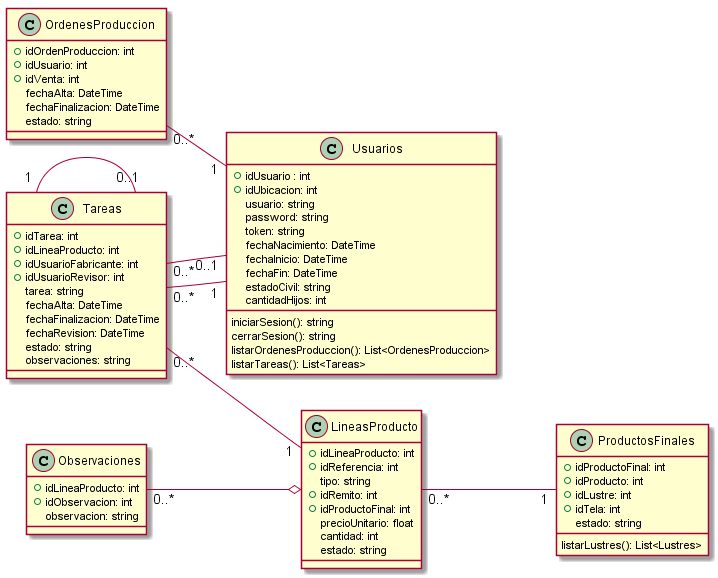
The PlantUML diagram Informe Final/Imagenes/DiagramaClases/Vistas/vistaProduccion.png in ZMGestion/DocumentacionZMGestion, before a commit.
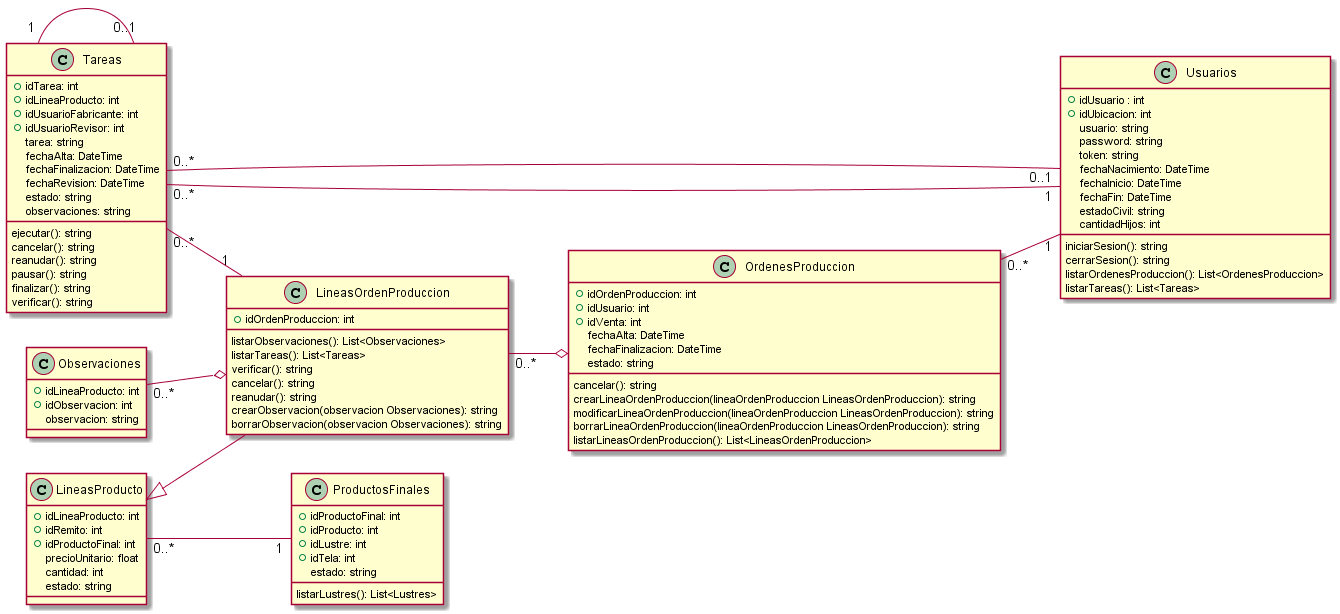
After the change.

The edit, as a diff of the source:
```diff
@@ -27,6 +27,13 @@
     fechaRevision: DateTime
     estado: string
     observaciones: string
+
+    ejecutar(): string
+    cancelar(): string
+    reanudar(): string
+    pausar(): string
+    finalizar(): string
+    verificar(): string
 }
 class OrdenesProduccion{
     +idOrdenProduccion: int
@@ -35,6 +42,12 @@
     fechaAlta: DateTime
     fechaFinalizacion: DateTime
     estado: string
+
+    cancelar(): string
+    crearLineaOrdenProduccion(lineaOrdenProduccion LineasOrdenProduccion): string
+    modificarLineaOrdenProduccion(lineaOrdenProduccion LineasOrdenProduccion): string
+    borrarLineaOrdenProduccion(lineaOrdenProduccion LineasOrdenProduccion): string
+    listarLineasOrdenProduccion(): List<LineasOrdenProduccion>
 }
 class ProductosFinales{
     +idProductoFinal: int
@@ -52,21 +65,33 @@
 }
 class LineasProducto{
     +idLineaProducto: int
-    +idReferencia: int
-    tipo: string
     +idRemito: int
     +idProductoFinal: int
     precioUnitario: float
     cantidad: int
     estado: string
 }
+class LineasOrdenProduccion{
+    +idOrdenProduccion: int
+
+    listarObservaciones(): List<Observaciones>
+    listarTareas(): List<Tareas>
+    verificar(): string
+    cancelar(): string
+    reanudar(): string
+    crearObservacion(observacion Observaciones): string
+    borrarObservacion(observacion Observaciones): string
+}
+
 
 left to right direction
+LineasProducto <|-- LineasOrdenProduccion
+LineasOrdenProduccion "0..*"--o OrdenesProduccion
 Tareas "0..*"--"1" Usuarios
 Tareas "0..*"--"0..1" Usuarios
-Tareas "0..*"--"1" LineasProducto
+Tareas "0..*"--"1" LineasOrdenProduccion
 Tareas "1"--"0..1" Tareas
-Observaciones "0..*"--o LineasProducto
+Observaciones "0..*"--o LineasOrdenProduccion
 LineasProducto "0..*"--"1" ProductosFinales
 OrdenesProduccion "0..*" -- "1" Usuarios
 @enduml
```
